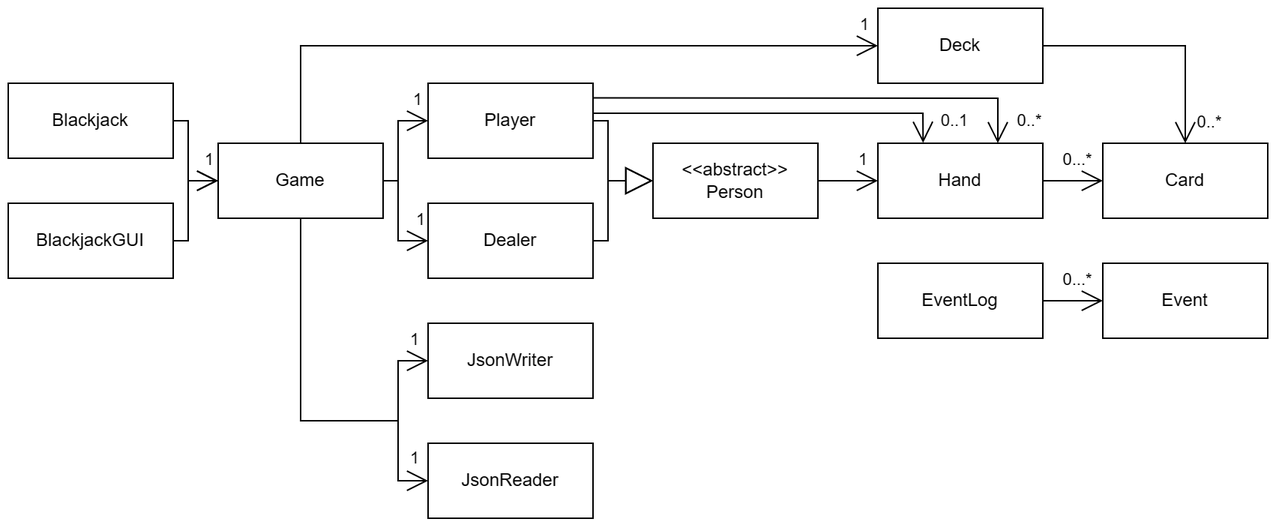
The draw.io diagram UML_Design_Diagram.png in rchanpra/blackjack, before a commit. Source tidied: cells renumbered, new cells last; positions are measured from the earlier drawing's top-left corner, leaving out a move shared by most shapes.
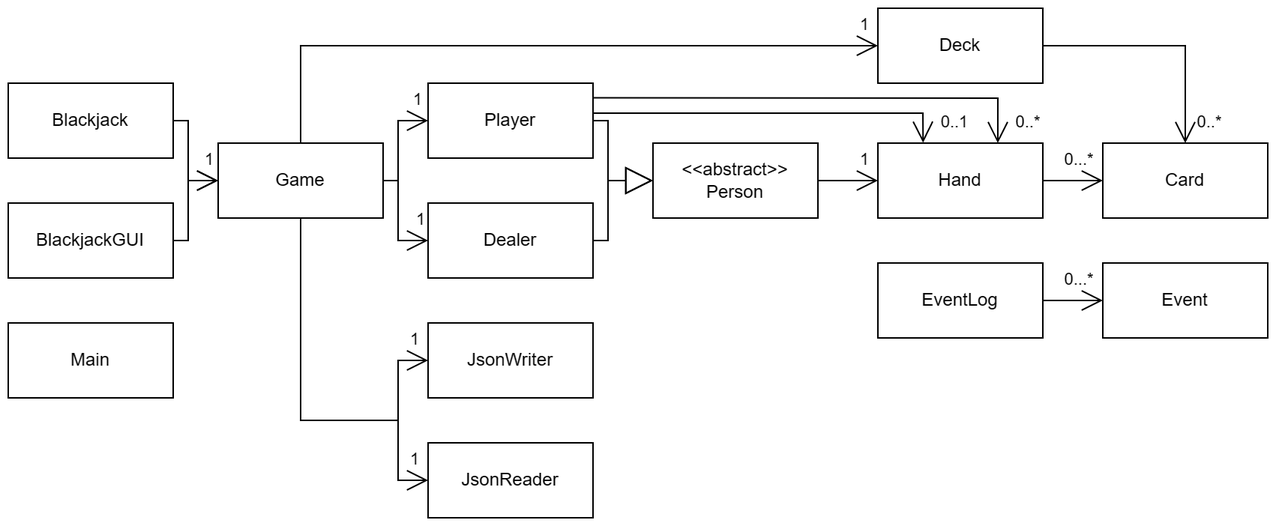
The same diagram one commit later.

Change to the diagram source:
```diff
@@ -216,5 +216,8 @@
         <mxPoint x="20" y="-4" as="offset" />
       </mxGeometry>
     </mxCell>
+    <mxCell id="44" value="Main" style="html=1;whiteSpace=wrap;" parent="1" vertex="1">
+      <mxGeometry y="210" width="110" height="50" as="geometry" />
+    </mxCell>
   </root>
 </mxGraphModel>
```
